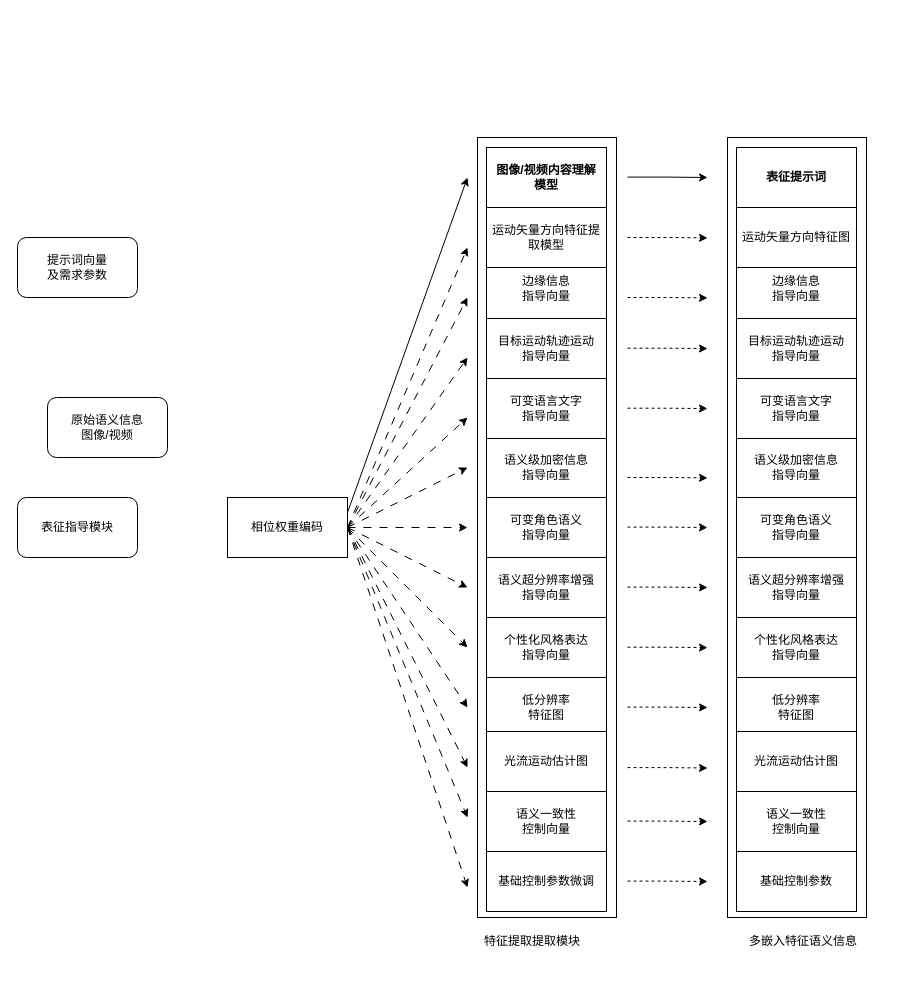
hrf666666/FlowCharts keeps this draw.io diagram as 图像/视频提取模块.drawio. Above is the earlier version. Source tidied: cells renumbered, new cells numbered last; positions are measured from the earlier drawing's top-left corner, leaving out a move shared by most shapes. Both pictures are drawn from the tidied source at 100%, with x=0, y=0 at pixel (17, 137).
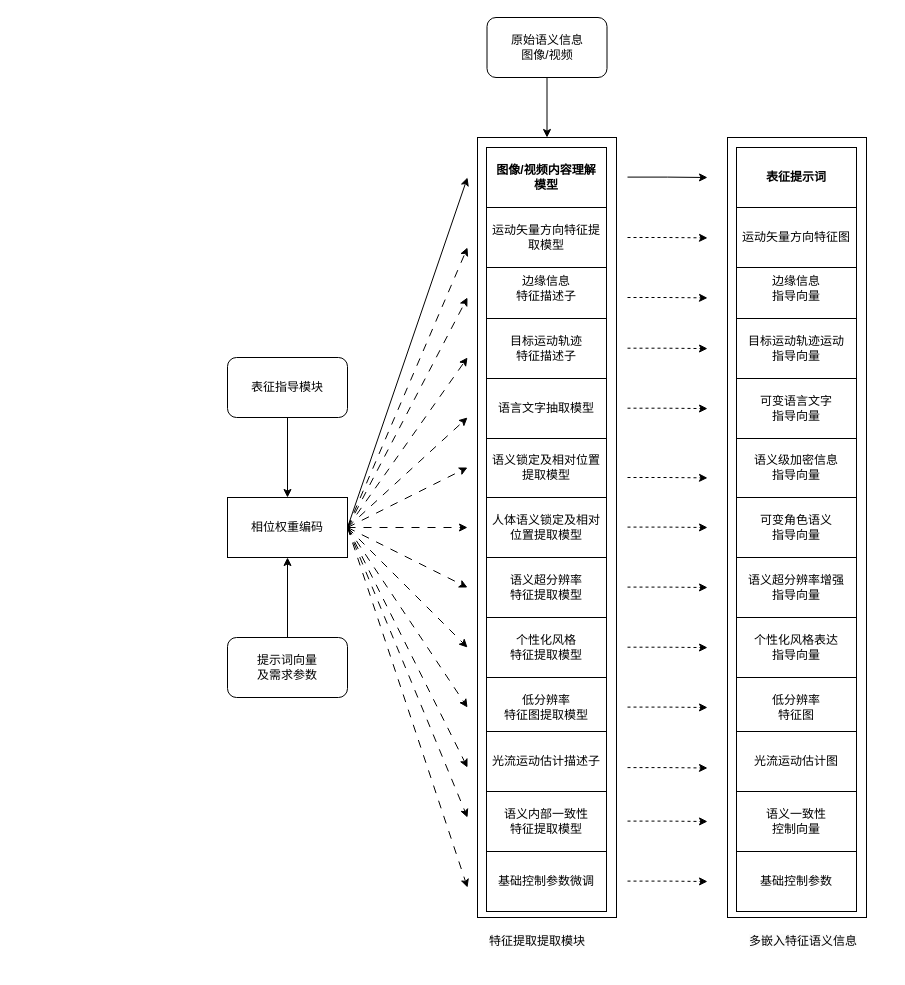
The same diagram, later.

Commit message:
更新图像/视频提取模块.drawio

Unchanged cells that the change refers to:
```xml
<mxCell id="5" value="相位权重编码" style="rounded=0;whiteSpace=wrap;html=1;" parent="1" vertex="1">
  <mxGeometry x="210" y="360" width="120" height="60" as="geometry" />
</mxCell>
<mxCell id="21" style="rounded=0;whiteSpace=wrap;html=1;" parent="1" vertex="1">
  <mxGeometry x="460" width="139" height="780" as="geometry" />
</mxCell>
```

The edit, as a diff of the source:
```diff
@@
     <mxCell id="2" value="提示词向量&lt;div&gt;及需求参数&lt;/div&gt;" style="rounded=1;whiteSpace=wrap;html=1;" parent="1" vertex="1">
-      <mxGeometry y="100" width="120" height="60" as="geometry" />
+      <mxGeometry x="210" y="500" width="120" height="60" as="geometry" />
     </mxCell>
+    <mxCell id="62" style="edgeStyle=orthogonalEdgeStyle;rounded=0;jettySize=auto;html=1;entryX=0.5;entryY=0;entryDx=0;entryDy=0;" parent="1" edge="1" source="3" target="21">
+      <mxGeometry relative="1" as="geometry" />
+    </mxCell>
     <mxCell id="3" value="原始语义信息&lt;br&gt;图像/视频" style="rounded=1;whiteSpace=wrap;html=1;" parent="1" vertex="1">
-      <mxGeometry x="30" y="260" width="120" height="60" as="geometry" />
+      <mxGeometry x="469.5" y="-120" width="120" height="60" as="geometry" />
     </mxCell>
+    <mxCell id="63" style="edgeStyle=orthogonalEdgeStyle;rounded=0;jettySize=auto;html=1;entryX=0.5;entryY=0;entryDx=0;entryDy=0;" parent="1" edge="1" source="4" target="5">
+      <mxGeometry relative="1" as="geometry" />
+    </mxCell>
     <mxCell id="4" value="表征指导模块" style="rounded=1;whiteSpace=wrap;html=1;" parent="1" vertex="1">
-      <mxGeometry y="360" width="120" height="60" as="geometry" />
+      <mxGeometry x="210" y="220" width="120" height="60" as="geometry" />
     </mxCell>
@@
     <mxCell id="7" value="&lt;span style=&quot;color: rgb(0, 0, 0); font-family: Helvetica; font-size: 12px; font-style: normal; font-variant-ligatures: normal; font-variant-caps: normal; font-weight: 400; letter-spacing: normal; orphans: 2; text-align: center; text-indent: 0px; text-transform: none; widows: 2; word-spacing: 0px; -webkit-text-stroke-width: 0px; white-space: normal; background-color: rgb(251, 251, 251); text-decoration-thickness: initial; text-decoration-style: initial; text-decoration-color: initial; display: inline !important; float: none;&quot;&gt;特征提取提取模块&lt;/span&gt;" style="text;whiteSpace=wrap;html=1;" parent="1" vertex="1">
-      <mxGeometry x="464.5" y="790" width="130" height="40" as="geometry" />
+      <mxGeometry x="470" y="790" width="130" height="40" as="geometry" />
     </mxCell>
@@
-    <mxCell id="22" value="边缘信息&lt;div&gt;指导向量&lt;/div&gt;" style="rounded=0;whiteSpace=wrap;html=1;" parent="1" vertex="1">
+    <mxCell id="22" value="边缘信息&lt;div&gt;特征描述子&lt;/div&gt;" style="rounded=0;whiteSpace=wrap;html=1;" parent="1" vertex="1">
       <mxGeometry x="469" y="121" width="120" height="60" as="geometry" />
     </mxCell>
@@
-    <mxCell id="25" value="目标运动轨迹运动&lt;div&gt;指导向量&lt;/div&gt;" style="rounded=0;whiteSpace=wrap;html=1;" parent="1" vertex="1">
+    <mxCell id="25" value="目标运动轨迹&lt;div&gt;特征描述子&lt;/div&gt;" style="rounded=0;whiteSpace=wrap;html=1;" parent="1" vertex="1">
       <mxGeometry x="469" y="181" width="120" height="60" as="geometry" />
     </mxCell>
-    <mxCell id="26" value="语义级加密信息&lt;div&gt;指导向量&lt;/div&gt;" style="rounded=0;whiteSpace=wrap;html=1;" parent="1" vertex="1">
+    <mxCell id="26" value="语义锁定及相对位置提取模型" style="rounded=0;whiteSpace=wrap;html=1;" parent="1" vertex="1">
       <mxGeometry x="469" y="300" width="120" height="60" as="geometry" />
     </mxCell>
-    <mxCell id="27" value="语义超分辨率增强&lt;div&gt;指导向量&lt;/div&gt;" style="rounded=0;whiteSpace=wrap;html=1;" parent="1" vertex="1">
+    <mxCell id="27" value="语义超分辨率&lt;div&gt;特征提取模型&lt;/div&gt;" style="rounded=0;whiteSpace=wrap;html=1;" parent="1" vertex="1">
       <mxGeometry x="469" y="420" width="120" height="60" as="geometry" />
     </mxCell>
-    <mxCell id="28" value="可变语言文字&lt;div&gt;指导向量&lt;/div&gt;" style="rounded=0;whiteSpace=wrap;html=1;" parent="1" vertex="1">
+    <mxCell id="28" value="语言文字抽取&lt;span style=&quot;background-color: initial;&quot;&gt;模型&lt;/span&gt;" style="rounded=0;whiteSpace=wrap;html=1;" parent="1" vertex="1">
       <mxGeometry x="469" y="241" width="120" height="60" as="geometry" />
     </mxCell>
-    <mxCell id="29" value="&lt;div&gt;可变角色语义&lt;/div&gt;&lt;div&gt;指导向量&lt;/div&gt;" style="rounded=0;whiteSpace=wrap;html=1;" parent="1" vertex="1">
+    <mxCell id="29" value="&lt;div&gt;人体语义锁定及相对位置提取模型&lt;/div&gt;" style="rounded=0;whiteSpace=wrap;html=1;" parent="1" vertex="1">
       <mxGeometry x="469" y="360" width="120" height="60" as="geometry" />
     </mxCell>
-    <mxCell id="30" value="&lt;div&gt;个性化风格表达&lt;/div&gt;&lt;div&gt;指导向量&lt;/div&gt;" style="rounded=0;whiteSpace=wrap;html=1;" parent="1" vertex="1">
+    <mxCell id="30" value="&lt;div&gt;个性化风格&lt;/div&gt;&lt;div&gt;特征提取模型&lt;/div&gt;" style="rounded=0;whiteSpace=wrap;html=1;" parent="1" vertex="1">
       <mxGeometry x="469" y="480" width="120" height="60" as="geometry" />
     </mxCell>
-    <mxCell id="31" value="&lt;div&gt;低分辨率&lt;/div&gt;&lt;div&gt;特征图&lt;/div&gt;" style="rounded=0;whiteSpace=wrap;html=1;" parent="1" vertex="1">
+    <mxCell id="31" value="&lt;div&gt;低分辨率&lt;/div&gt;&lt;div&gt;特征图提取模型&lt;/div&gt;" style="rounded=0;whiteSpace=wrap;html=1;" parent="1" vertex="1">
       <mxGeometry x="469" y="540" width="120" height="60" as="geometry" />
     </mxCell>
@@
-    <mxCell id="33" value="&lt;div&gt;光流运动估计图&lt;/div&gt;" style="rounded=0;whiteSpace=wrap;html=1;" parent="1" vertex="1">
+    <mxCell id="33" value="&lt;div&gt;光流运动估计描述子&lt;/div&gt;" style="rounded=0;whiteSpace=wrap;html=1;" parent="1" vertex="1">
       <mxGeometry x="469" y="594" width="120" height="60" as="geometry" />
     </mxCell>
-    <mxCell id="34" value="&lt;div&gt;语义一致性&lt;/div&gt;&lt;div&gt;控制向量&lt;/div&gt;" style="rounded=0;whiteSpace=wrap;html=1;" parent="1" vertex="1">
+    <mxCell id="34" value="&lt;div&gt;语义内部一致性&lt;/div&gt;&lt;div&gt;特征&lt;span style=&quot;background-color: initial;&quot;&gt;提取模型&lt;/span&gt;&lt;/div&gt;" style="rounded=0;whiteSpace=wrap;html=1;" parent="1" vertex="1">
       <mxGeometry x="469" y="654" width="120" height="60" as="geometry" />
     </mxCell>
@@
-    <mxCell id="37" style="endArrow=classic;html=1;rounded=0;exitX=1;exitY=0.25;exitDx=0;exitDy=0;" parent="1" edge="1" source="5">
+    <mxCell id="37" style="endArrow=classic;html=1;rounded=0;exitX=1;exitY=0.5;exitDx=0;exitDy=0;" parent="1" edge="1" source="5">
       <mxGeometry relative="1" as="geometry">
         <mxPoint x="450" y="40" as="targetPoint" />
       </mxGeometry>
     </mxCell>
@@
+    <mxCell id="64" style="edgeStyle=orthogonalEdgeStyle;rounded=0;jettySize=auto;html=1;entryX=0.5;entryY=1;entryDx=0;entryDy=0;" parent="1" edge="1" source="2" target="5">
+      <mxGeometry relative="1" as="geometry" />
+    </mxCell>
```
